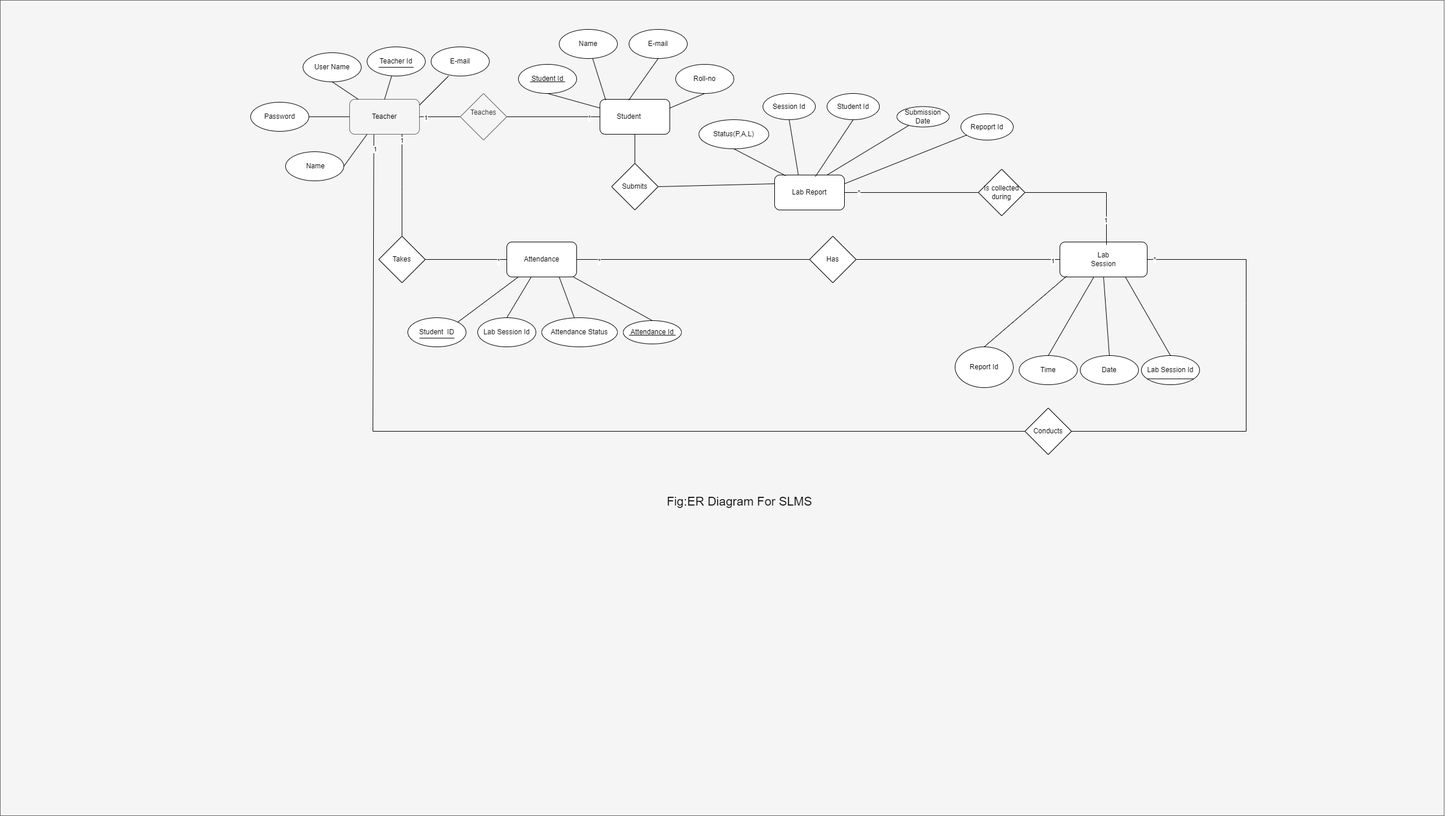
Above: diagrams/ER.png in samiiraryal/Smart-Lab-Management-System (draw.io), before the change. Source tidied: cells renumbered, new cells last; positions are measured from the earlier drawing's top-left corner, leaving out a move shared by most shapes.
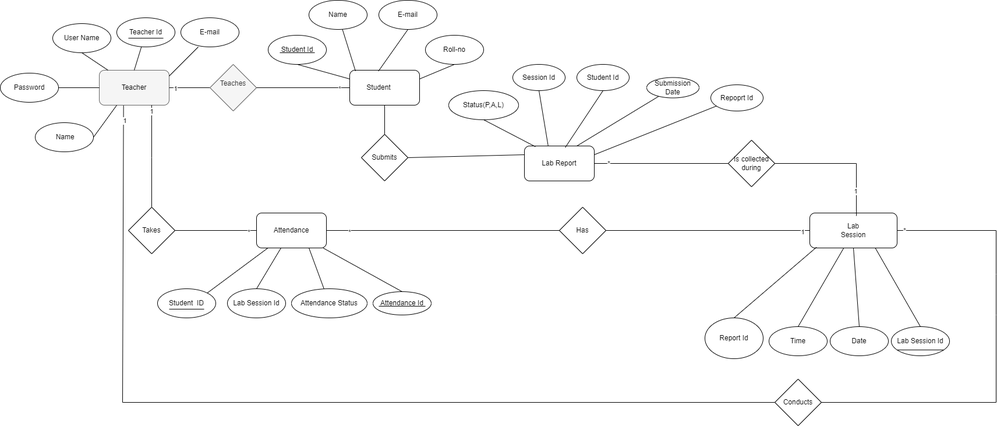
The same file after the commit.

What changed in the source:
```diff
@@ -2,9 +2,6 @@
   <root>
     <mxCell id="0" />
     <mxCell id="1" parent="0" />
-    <mxCell id="2" style="rounded=0;whiteSpace=wrap;html=1;fillColor=#f5f5f5;fontColor=#333333;strokeColor=#666666;" parent="1" vertex="1">
-      <mxGeometry width="2480" height="1400" as="geometry" />
-    </mxCell>
     <mxCell id="3" style="rounded=1;whiteSpace=wrap;html=1;fillColor=#f5f5f5;fontColor=#333333;strokeColor=#666666;" parent="1" vertex="1">
       <mxGeometry x="600" y="170" width="120" height="60" as="geometry" />
     </mxCell>
@@ -169,9 +166,6 @@
         <mxPoint x="1970" y="650" as="targetPoint" />
       </mxGeometry>
     </mxCell>
-    <mxCell id="50" value="&lt;span style=&quot;font-size: 21px;&quot;&gt;Fig:ER Diagram For SLMS&lt;/span&gt;" style="text;html=1;align=center;verticalAlign=middle;whiteSpace=wrap;rounded=0;" parent="1" vertex="1">
-      <mxGeometry x="1140" y="780" width="260" height="160" as="geometry" />
-    </mxCell>
     <mxCell id="51" value="Attendance Id" style="ellipse;whiteSpace=wrap;html=1;" parent="1" vertex="1">
       <mxGeometry x="1070" y="550" width="100" height="40" as="geometry" />
     </mxCell>
```
